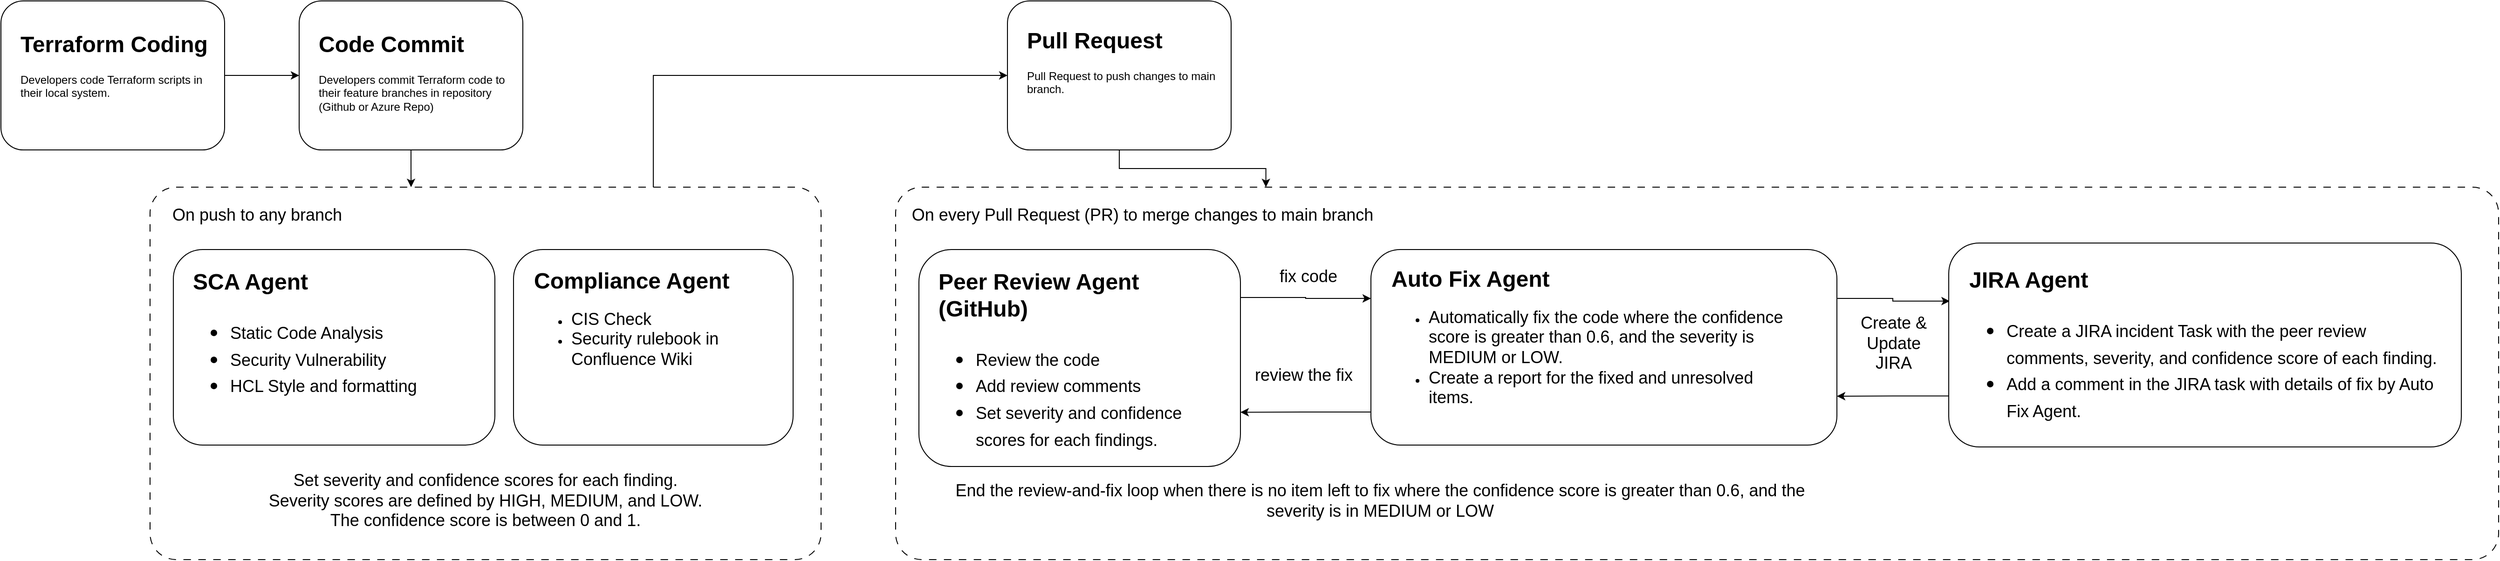
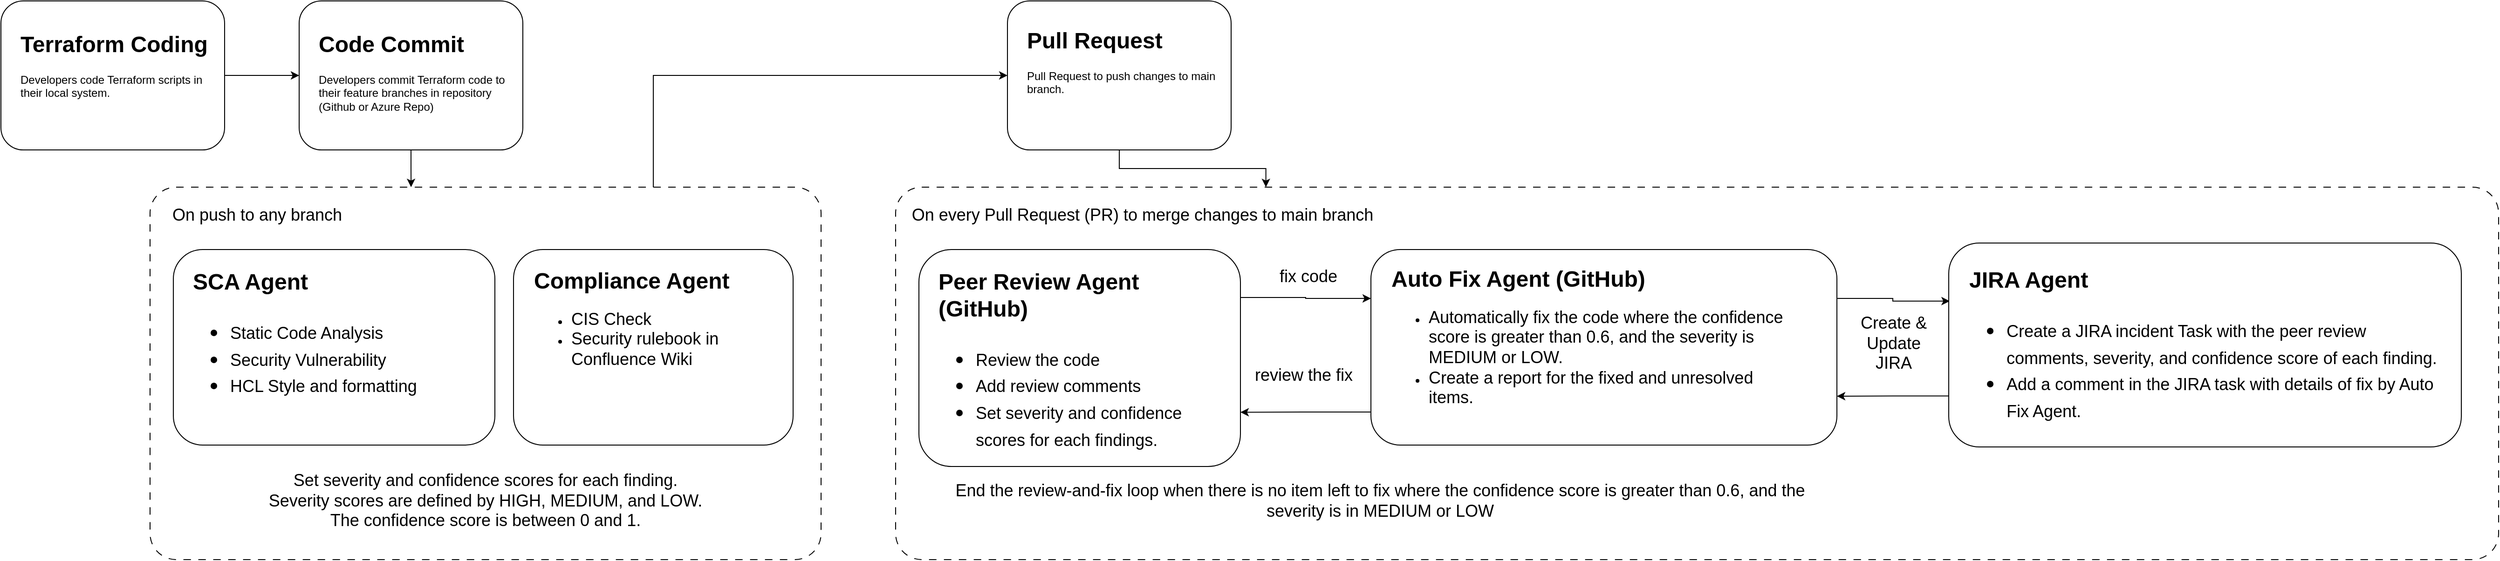
<mxfile host="app.diagrams.net">
  <diagram name="Page-1" id="llQ14HlxIDWXj9B5HY60">
    <mxGraphModel dx="1006" dy="638" grid="1" gridSize="10" guides="1" tooltips="1" connect="1" arrows="1" fold="1" page="1" pageScale="1" pageWidth="850" pageHeight="1100" math="0" shadow="0">
      <root>
        <mxCell id="0" />
        <mxCell id="1" parent="0" />
        <mxCell id="IWc9zJM8tDhvkjJ2dRjy-13" edge="1" parent="1" source="IWc9zJM8tDhvkjJ2dRjy-5" style="edgeStyle=orthogonalEdgeStyle;rounded=0;orthogonalLoop=1;jettySize=auto;html=1;entryX=0;entryY=0.5;entryDx=0;entryDy=0;exitX=0.75;exitY=0;exitDx=0;exitDy=0;" target="IWc9zJM8tDhvkjJ2dRjy-1">
          <mxGeometry relative="1" as="geometry" />
        </mxCell>
        <mxCell id="oJW8UGhNAXkty13G2p3x-1" parent="1" style="rounded=1;whiteSpace=wrap;html=1;" value="" vertex="1">
          <mxGeometry height="160" width="240" x="440" y="200" as="geometry" />
        </mxCell>
        <mxCell id="oJW8UGhNAXkty13G2p3x-3" parent="1" style="text;html=1;whiteSpace=wrap;overflow=hidden;rounded=0;" value="&lt;h1 style=&quot;margin-top: 0px;&quot;&gt;Code Commit&lt;/h1&gt;&lt;p&gt;Developers commit Terraform code to their feature branches in repository (Github or Azure Repo)&lt;/p&gt;" vertex="1">
          <mxGeometry height="100" width="210" x="459" y="226" as="geometry" />
        </mxCell>
        <mxCell id="IWc9zJM8tDhvkjJ2dRjy-1" parent="1" style="rounded=1;whiteSpace=wrap;html=1;" value="" vertex="1">
          <mxGeometry height="160" width="240" x="1200" y="200" as="geometry" />
        </mxCell>
        <mxCell id="IWc9zJM8tDhvkjJ2dRjy-2" parent="1" style="text;html=1;whiteSpace=wrap;overflow=hidden;rounded=0;" value="&lt;h1 style=&quot;margin-top: 0px;&quot;&gt;Pull Request&lt;/h1&gt;&lt;p&gt;Pull Request to push changes to main branch.&lt;/p&gt;" vertex="1">
          <mxGeometry height="100" width="210" x="1219" y="222" as="geometry" />
        </mxCell>
        <mxCell id="IWc9zJM8tDhvkjJ2dRjy-12" edge="1" parent="1" source="IWc9zJM8tDhvkjJ2dRjy-3" style="edgeStyle=orthogonalEdgeStyle;rounded=0;orthogonalLoop=1;jettySize=auto;html=1;exitX=1;exitY=0.5;exitDx=0;exitDy=0;entryX=0;entryY=0.5;entryDx=0;entryDy=0;" target="oJW8UGhNAXkty13G2p3x-1">
          <mxGeometry relative="1" as="geometry" />
        </mxCell>
        <mxCell id="IWc9zJM8tDhvkjJ2dRjy-3" parent="1" style="rounded=1;whiteSpace=wrap;html=1;" value="" vertex="1">
          <mxGeometry height="160" width="240" x="120" y="200" as="geometry" />
        </mxCell>
        <mxCell id="IWc9zJM8tDhvkjJ2dRjy-4" parent="1" style="text;html=1;whiteSpace=wrap;overflow=hidden;rounded=0;" value="&lt;h1 style=&quot;margin-top: 0px;&quot;&gt;Terraform Coding&lt;/h1&gt;&lt;p&gt;Developers code Terraform scripts in their local system.&lt;/p&gt;" vertex="1">
          <mxGeometry height="100" width="210" x="139" y="226" as="geometry" />
        </mxCell>
        <mxCell id="IWc9zJM8tDhvkjJ2dRjy-5" parent="1" style="rounded=1;whiteSpace=wrap;html=1;arcSize=7;dashed=1;dashPattern=8 8;" value="" vertex="1">
          <mxGeometry height="400" width="720" x="280" y="400" as="geometry" />
        </mxCell>
        <mxCell id="IWc9zJM8tDhvkjJ2dRjy-6" parent="1" style="text;html=1;whiteSpace=wrap;strokeColor=none;fillColor=none;align=center;verticalAlign=middle;rounded=0;" value="&lt;font style=&quot;font-size: 18px;&quot;&gt;On push to any branch&lt;/font&gt;" vertex="1">
          <mxGeometry height="30" width="210" x="290" y="415" as="geometry" />
        </mxCell>
        <mxCell id="IWc9zJM8tDhvkjJ2dRjy-7" parent="1" style="rounded=1;whiteSpace=wrap;html=1;" value="" vertex="1">
          <mxGeometry height="210" width="345" x="305" y="467" as="geometry" />
        </mxCell>
        <mxCell id="IWc9zJM8tDhvkjJ2dRjy-8" parent="1" style="text;html=1;whiteSpace=wrap;overflow=hidden;rounded=0;" value="&lt;h1 style=&quot;margin-top: 0px;&quot;&gt;SCA Agent&lt;/h1&gt;&lt;h1 style=&quot;margin-top: 0px;&quot;&gt;&lt;p style=&quot;font-size: 12px; font-weight: 400;&quot;&gt;&lt;/p&gt;&lt;ul&gt;&lt;li&gt;&lt;span style=&quot;font-size: 18px; font-weight: normal;&quot;&gt;Static Code Analysis&lt;/span&gt;&lt;/li&gt;&lt;li&gt;&lt;span style=&quot;font-size: 18px; font-weight: normal;&quot;&gt;Security Vulnerability&lt;/span&gt;&lt;/li&gt;&lt;li&gt;&lt;span style=&quot;font-size: 18px; font-weight: normal;&quot;&gt;HCL Style and formatting&lt;/span&gt;&lt;/li&gt;&lt;/ul&gt;&lt;p&gt;&lt;/p&gt;&lt;/h1&gt;" vertex="1">
          <mxGeometry height="183" width="306" x="324" y="481" as="geometry" />
        </mxCell>
        <mxCell id="IWc9zJM8tDhvkjJ2dRjy-9" parent="1" style="rounded=1;whiteSpace=wrap;html=1;" value="" vertex="1">
          <mxGeometry height="210" width="300" x="670" y="467" as="geometry" />
        </mxCell>
        <mxCell id="IWc9zJM8tDhvkjJ2dRjy-10" parent="1" style="text;html=1;whiteSpace=wrap;overflow=hidden;rounded=0;" value="&lt;h1 style=&quot;margin-top: 0px;&quot;&gt;Compliance Agent&lt;/h1&gt;&lt;p&gt;&lt;/p&gt;&lt;ul&gt;&lt;li&gt;&lt;span style=&quot;font-size: 18px;&quot;&gt;CIS Check&lt;/span&gt;&lt;/li&gt;&lt;li&gt;&lt;span style=&quot;font-size: 18px;&quot;&gt;Security rulebook in Confluence Wiki&lt;/span&gt;&lt;/li&gt;&lt;/ul&gt;&lt;p&gt;&lt;/p&gt;" vertex="1">
          <mxGeometry height="180" width="269" x="690" y="480" as="geometry" />
        </mxCell>
        <mxCell id="IWc9zJM8tDhvkjJ2dRjy-11" edge="1" parent="1" source="oJW8UGhNAXkty13G2p3x-1" style="edgeStyle=orthogonalEdgeStyle;rounded=0;orthogonalLoop=1;jettySize=auto;html=1;exitX=0.5;exitY=1;exitDx=0;exitDy=0;entryX=0.389;entryY=0;entryDx=0;entryDy=0;entryPerimeter=0;" target="IWc9zJM8tDhvkjJ2dRjy-5">
          <mxGeometry relative="1" as="geometry" />
        </mxCell>
        <mxCell id="IWc9zJM8tDhvkjJ2dRjy-14" parent="1" style="rounded=1;whiteSpace=wrap;html=1;arcSize=7;dashed=1;dashPattern=8 8;" value="" vertex="1">
          <mxGeometry height="400" width="1720" x="1080" y="400" as="geometry" />
        </mxCell>
        <mxCell id="IWc9zJM8tDhvkjJ2dRjy-15" parent="1" style="text;html=1;whiteSpace=wrap;strokeColor=none;fillColor=none;align=center;verticalAlign=middle;rounded=0;" value="&lt;font style=&quot;font-size: 18px;&quot;&gt;On every Pull Request (PR) to merge changes to main branch&lt;/font&gt;" vertex="1">
          <mxGeometry height="30" width="510" x="1090" y="415" as="geometry" />
        </mxCell>
        <mxCell id="IWc9zJM8tDhvkjJ2dRjy-22" edge="1" parent="1" source="IWc9zJM8tDhvkjJ2dRjy-16" style="edgeStyle=orthogonalEdgeStyle;rounded=0;orthogonalLoop=1;jettySize=auto;html=1;exitX=1;exitY=0.221;exitDx=0;exitDy=0;entryX=0;entryY=0.25;entryDx=0;entryDy=0;exitPerimeter=0;" target="IWc9zJM8tDhvkjJ2dRjy-18">
          <mxGeometry relative="1" as="geometry" />
        </mxCell>
        <mxCell id="IWc9zJM8tDhvkjJ2dRjy-16" parent="1" style="rounded=1;whiteSpace=wrap;html=1;" value="" vertex="1">
          <mxGeometry height="233" width="345" x="1105" y="467" as="geometry" />
        </mxCell>
        <mxCell id="IWc9zJM8tDhvkjJ2dRjy-17" parent="1" style="text;html=1;whiteSpace=wrap;overflow=hidden;rounded=0;" value="&lt;h1 style=&quot;margin-top: 0px;&quot;&gt;Peer Review Agent (GitHub)&lt;/h1&gt;&lt;h1 style=&quot;margin-top: 0px;&quot;&gt;&lt;p style=&quot;font-size: 12px; font-weight: 400;&quot;&gt;&lt;/p&gt;&lt;ul&gt;&lt;li&gt;&lt;span style=&quot;font-size: 18px; font-weight: 400;&quot;&gt;Review the code&lt;/span&gt;&lt;/li&gt;&lt;li&gt;&lt;span style=&quot;font-size: 18px; font-weight: 400;&quot;&gt;Add review comments&lt;/span&gt;&lt;/li&gt;&lt;li&gt;&lt;span style=&quot;font-size: 18px; font-weight: 400;&quot;&gt;Set severity and confidence scores for each findings.&lt;/span&gt;&lt;/li&gt;&lt;/ul&gt;&lt;p&gt;&lt;/p&gt;&lt;/h1&gt;" vertex="1">
          <mxGeometry height="209" width="306" x="1124" y="481" as="geometry" />
        </mxCell>
        <mxCell id="IWc9zJM8tDhvkjJ2dRjy-23" edge="1" parent="1" source="IWc9zJM8tDhvkjJ2dRjy-18" style="edgeStyle=orthogonalEdgeStyle;rounded=0;orthogonalLoop=1;jettySize=auto;html=1;exitX=0;exitY=0.831;exitDx=0;exitDy=0;entryX=1;entryY=0.75;entryDx=0;entryDy=0;exitPerimeter=0;" target="IWc9zJM8tDhvkjJ2dRjy-16">
          <mxGeometry relative="1" as="geometry" />
        </mxCell>
        <mxCell id="IWc9zJM8tDhvkjJ2dRjy-31" edge="1" parent="1" source="IWc9zJM8tDhvkjJ2dRjy-18" style="edgeStyle=orthogonalEdgeStyle;rounded=0;orthogonalLoop=1;jettySize=auto;html=1;exitX=1;exitY=0.25;exitDx=0;exitDy=0;entryX=0.002;entryY=0.285;entryDx=0;entryDy=0;entryPerimeter=0;" target="IWc9zJM8tDhvkjJ2dRjy-27">
          <mxGeometry relative="1" as="geometry" />
        </mxCell>
        <mxCell id="IWc9zJM8tDhvkjJ2dRjy-18" parent="1" style="rounded=1;whiteSpace=wrap;html=1;" value="" vertex="1">
          <mxGeometry height="210" width="500" x="1590" y="467" as="geometry" />
        </mxCell>
-         <mxCell id="IWc9zJM8tDhvkjJ2dRjy-19" parent="1" style="text;html=1;whiteSpace=wrap;overflow=hidden;rounded=0;" value="&lt;h1 style=&quot;margin-top: 0px;&quot;&gt;Auto Fix Agent&lt;/h1&gt;&lt;p&gt;&lt;/p&gt;&lt;ul&gt;&lt;li&gt;&lt;span style=&quot;font-size: 18px;&quot;&gt;Automatically fix the code where the confidence score is greater than 0.6, and the severity is MEDIUM or LOW.&amp;nbsp;&lt;/span&gt;&lt;/li&gt;&lt;li&gt;&lt;span style=&quot;font-size: 18px;&quot;&gt;Create a report for the fixed and unresolved items.&lt;/span&gt;&lt;/li&gt;&lt;/ul&gt;&lt;p&gt;&lt;/p&gt;" vertex="1">
+         <mxCell id="IWc9zJM8tDhvkjJ2dRjy-19" parent="1" style="text;html=1;whiteSpace=wrap;overflow=hidden;rounded=0;" value="&lt;h1 style=&quot;margin-top: 0px;&quot;&gt;Auto Fix Agent (GitHub)&lt;/h1&gt;&lt;p&gt;&lt;/p&gt;&lt;ul&gt;&lt;li&gt;&lt;span style=&quot;font-size: 18px;&quot;&gt;Automatically fix the code where the confidence score is greater than 0.6, and the severity is MEDIUM or LOW.&amp;nbsp;&lt;/span&gt;&lt;/li&gt;&lt;li&gt;&lt;span style=&quot;font-size: 18px;&quot;&gt;Create a report for the fixed and unresolved items.&lt;/span&gt;&lt;/li&gt;&lt;/ul&gt;&lt;p&gt;&lt;/p&gt;" vertex="1">
          <mxGeometry height="192" width="440" x="1610" y="478" as="geometry" />
        </mxCell>
        <mxCell id="IWc9zJM8tDhvkjJ2dRjy-20" parent="1" style="text;whiteSpace=wrap;fontSize=18;align=center;" value="Set severity and confidence scores for each finding.&#xa;Severity scores are defined by HIGH, MEDIUM, and LOW.&#xa;The confidence score is between 0 and 1." vertex="1">
          <mxGeometry height="77" width="640" x="320" y="698" as="geometry" />
        </mxCell>
        <mxCell id="IWc9zJM8tDhvkjJ2dRjy-21" edge="1" parent="1" source="IWc9zJM8tDhvkjJ2dRjy-1" style="edgeStyle=orthogonalEdgeStyle;rounded=0;orthogonalLoop=1;jettySize=auto;html=1;exitX=0.5;exitY=1;exitDx=0;exitDy=0;entryX=0.231;entryY=0;entryDx=0;entryDy=0;entryPerimeter=0;" target="IWc9zJM8tDhvkjJ2dRjy-14">
          <mxGeometry relative="1" as="geometry" />
        </mxCell>
        <mxCell id="IWc9zJM8tDhvkjJ2dRjy-24" parent="1" style="text;html=1;whiteSpace=wrap;strokeColor=none;fillColor=none;align=center;verticalAlign=middle;rounded=0;" value="&lt;font style=&quot;font-size: 18px;&quot;&gt;fix code&lt;/font&gt;" vertex="1">
          <mxGeometry height="30" width="82" x="1482" y="481" as="geometry" />
        </mxCell>
        <mxCell id="IWc9zJM8tDhvkjJ2dRjy-25" parent="1" style="text;html=1;whiteSpace=wrap;strokeColor=none;fillColor=none;align=center;verticalAlign=middle;rounded=0;" value="&lt;font style=&quot;font-size: 18px;&quot;&gt;review the fix&lt;/font&gt;" vertex="1">
          <mxGeometry height="30" width="120" x="1458" y="587" as="geometry" />
        </mxCell>
        <mxCell id="IWc9zJM8tDhvkjJ2dRjy-26" parent="1" style="text;html=1;whiteSpace=wrap;strokeColor=none;fillColor=none;align=center;verticalAlign=middle;rounded=0;" value="&lt;font style=&quot;font-size: 18px;&quot;&gt;End the review-and-fix loop when there is no item left to fix where the confidence score is greater than 0.6, and the severity is in MEDIUM or LOW&lt;/font&gt;" vertex="1">
          <mxGeometry height="50" width="980" x="1110" y="711.5" as="geometry" />
        </mxCell>
        <mxCell id="IWc9zJM8tDhvkjJ2dRjy-30" edge="1" parent="1" source="IWc9zJM8tDhvkjJ2dRjy-27" style="edgeStyle=orthogonalEdgeStyle;rounded=0;orthogonalLoop=1;jettySize=auto;html=1;exitX=0;exitY=0.75;exitDx=0;exitDy=0;entryX=1;entryY=0.75;entryDx=0;entryDy=0;" target="IWc9zJM8tDhvkjJ2dRjy-18">
          <mxGeometry relative="1" as="geometry" />
        </mxCell>
        <mxCell id="IWc9zJM8tDhvkjJ2dRjy-27" parent="1" style="rounded=1;whiteSpace=wrap;html=1;" value="" vertex="1">
          <mxGeometry height="219" width="550" x="2210" y="460" as="geometry" />
        </mxCell>
        <mxCell id="IWc9zJM8tDhvkjJ2dRjy-28" parent="1" style="text;html=1;whiteSpace=wrap;overflow=hidden;rounded=0;" value="&lt;h1 style=&quot;margin-top: 0px;&quot;&gt;JIRA Agent&lt;/h1&gt;&lt;h1 style=&quot;margin-top: 0px;&quot;&gt;&lt;p style=&quot;font-size: 12px; font-weight: 400;&quot;&gt;&lt;/p&gt;&lt;ul&gt;&lt;li&gt;&lt;span style=&quot;font-size: 18px; font-weight: 400;&quot;&gt;Create a JIRA incident Task with the peer review comments, severity, and confidence score of each finding.&lt;/span&gt;&lt;/li&gt;&lt;li&gt;&lt;span style=&quot;font-size: 18px; font-weight: 400;&quot;&gt;Add a comment in the JIRA task with details of fix by Auto Fix Agent.&lt;/span&gt;&lt;/li&gt;&lt;/ul&gt;&lt;p&gt;&lt;/p&gt;&lt;/h1&gt;" vertex="1">
          <mxGeometry height="191" width="510" x="2230" y="479" as="geometry" />
        </mxCell>
        <mxCell id="IWc9zJM8tDhvkjJ2dRjy-32" parent="1" style="text;html=1;whiteSpace=wrap;strokeColor=none;fillColor=none;align=center;verticalAlign=middle;rounded=0;" value="&lt;font style=&quot;font-size: 18px;&quot;&gt;Create &amp;amp; Update JIRA&lt;/font&gt;" vertex="1">
          <mxGeometry height="57.5" width="102" x="2100" y="539" as="geometry" />
        </mxCell>
      </root>
    </mxGraphModel>
  </diagram>
</mxfile>
